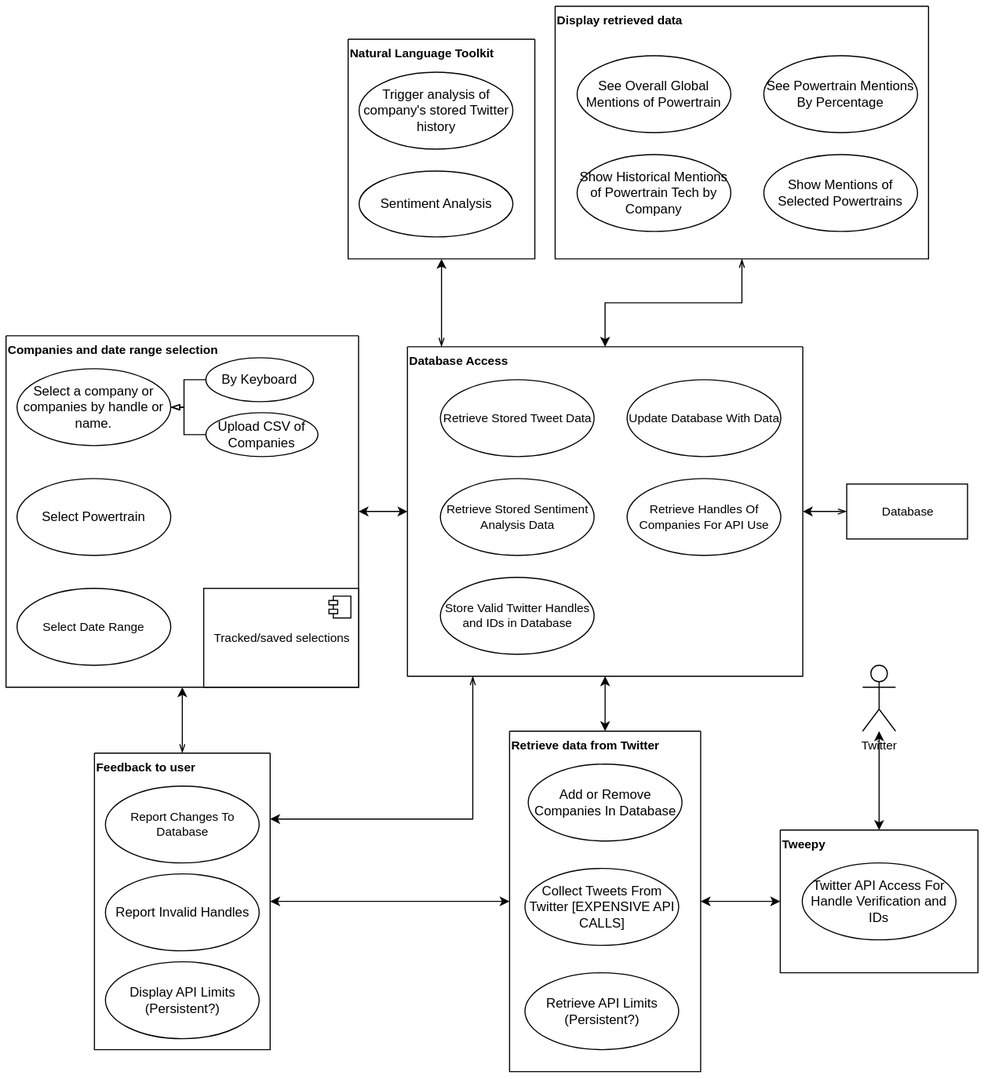
This is images/architecture2.drawio.svg from agarcia169/4306-Donaldson-Project, a draw.io export, as it was before one commit. Source tidied: cells renumbered, new cells last; positions are measured from the earlier drawing's top-left corner, leaving out a move shared by most shapes. The source it was exported from:
```xml
<mxGraphModel>
  <root>
    <mxCell id="0" />
    <mxCell id="1" parent="0" />
    <mxCell id="2" value="Display retrieved data" style="swimlane;startSize=0;fontSize=11;verticalAlign=top;align=left;" parent="1" vertex="1">
      <mxGeometry x="500" width="340" height="230" as="geometry" />
    </mxCell>
    <mxCell id="3" value="See Overall Global Mentions of Powertrain" style="ellipse;whiteSpace=wrap;html=1;" parent="2" vertex="1">
      <mxGeometry x="20" y="45" width="140" height="70" as="geometry" />
    </mxCell>
    <mxCell id="4" value="Show Historical Mentions of Powertrain Tech by Company" style="ellipse;whiteSpace=wrap;html=1;" parent="2" vertex="1">
      <mxGeometry x="20" y="135" width="140" height="70" as="geometry" />
    </mxCell>
    <mxCell id="5" value="Show Mentions of Selected Powertrains" style="ellipse;whiteSpace=wrap;html=1;" parent="2" vertex="1">
      <mxGeometry x="190" y="135" width="140" height="70" as="geometry" />
    </mxCell>
    <mxCell id="6" value="See Powertrain Mentions By Percentage" style="ellipse;whiteSpace=wrap;html=1;" parent="2" vertex="1">
      <mxGeometry x="190" y="45" width="140" height="70" as="geometry" />
    </mxCell>
    <mxCell id="7" style="edgeStyle=orthogonalEdgeStyle;rounded=0;jettySize=auto;html=1;startArrow=classic;startFill=1;endArrow=classic;endFill=1;" parent="1" edge="1" source="9" target="39">
      <mxGeometry relative="1" as="geometry" />
    </mxCell>
    <mxCell id="8" style="edgeStyle=orthogonalEdgeStyle;rounded=0;jettySize=auto;html=1;startArrow=classic;startFill=1;endArrow=classic;endFill=1;" parent="1" edge="1" source="9" target="31">
      <mxGeometry relative="1" as="geometry" />
    </mxCell>
    <mxCell id="9" value="Retrieve data from Twitter" style="swimlane;startSize=0;fontSize=11;verticalAlign=top;align=left;" parent="1" vertex="1">
      <mxGeometry x="458.5" y="660" width="174" height="310" as="geometry" />
    </mxCell>
    <mxCell id="10" value="&lt;div&gt;Collect Tweets From Twitter [EXPENSIVE API CALLS]&lt;/div&gt;" style="ellipse;whiteSpace=wrap;html=1;" parent="9" vertex="1">
      <mxGeometry x="14" y="125" width="140" height="70" as="geometry" />
    </mxCell>
    <mxCell id="11" value="Add or Remove Companies In Database" style="ellipse;whiteSpace=wrap;html=1;" parent="9" vertex="1">
      <mxGeometry x="17" y="30" width="140" height="70" as="geometry" />
    </mxCell>
    <mxCell id="12" value="Retrieve API Limits (Persistent?)" style="ellipse;whiteSpace=wrap;html=1;" parent="9" vertex="1">
      <mxGeometry x="14" y="220" width="140" height="70" as="geometry" />
    </mxCell>
    <mxCell id="13" style="edgeStyle=orthogonalEdgeStyle;rounded=0;jettySize=auto;html=1;fontSize=11;startArrow=classic;startFill=1;endArrow=openThin;endFill=0;" parent="1" edge="1" source="15" target="42">
      <mxGeometry relative="1" as="geometry" />
    </mxCell>
    <mxCell id="14" style="edgeStyle=orthogonalEdgeStyle;rounded=0;jettySize=auto;html=1;startArrow=classic;startFill=1;endArrow=classic;endFill=1;" parent="1" edge="1" source="15" target="31">
      <mxGeometry relative="1" as="geometry" />
    </mxCell>
    <mxCell id="15" value="Companies and date range selection" style="swimlane;startSize=0;fontSize=11;verticalAlign=top;whiteSpace=wrap;align=left;" parent="1" vertex="1">
      <mxGeometry y="300" width="321" height="320" as="geometry" />
    </mxCell>
    <mxCell id="16" value="Select a company or companies by handle or name." style="ellipse;whiteSpace=wrap;html=1;" parent="15" vertex="1">
      <mxGeometry x="10" y="30" width="140" height="70" as="geometry" />
    </mxCell>
    <mxCell id="17" value="By Keyboard" style="ellipse;whiteSpace=wrap;html=1;" parent="15" vertex="1">
      <mxGeometry x="182" y="20" width="98" height="40" as="geometry" />
    </mxCell>
    <mxCell id="18" style="edgeStyle=orthogonalEdgeStyle;rounded=0;jettySize=auto;html=1;fontSize=11;endArrow=blockThin;endFill=0;" parent="15" edge="1" source="17" target="16">
      <mxGeometry relative="1" as="geometry" />
    </mxCell>
    <mxCell id="19" value="Upload CSV of Companies" style="ellipse;whiteSpace=wrap;html=1;" parent="15" vertex="1">
      <mxGeometry x="182" y="70" width="102" height="40" as="geometry" />
    </mxCell>
    <mxCell id="20" style="edgeStyle=orthogonalEdgeStyle;rounded=0;jettySize=auto;html=1;fontSize=11;endArrow=blockThin;endFill=0;" parent="15" edge="1" source="19" target="16">
      <mxGeometry relative="1" as="geometry" />
    </mxCell>
    <mxCell id="21" value="Select Date Range" style="ellipse;whiteSpace=wrap;html=1;fontSize=11;" parent="15" vertex="1">
      <mxGeometry x="10" y="230" width="140" height="70" as="geometry" />
    </mxCell>
    <mxCell id="22" value="Select Powertrain" style="ellipse;whiteSpace=wrap;html=1;" parent="15" vertex="1">
      <mxGeometry x="10" y="130" width="140" height="70" as="geometry" />
    </mxCell>
    <mxCell id="23" value="&lt;div&gt;Tracked/saved selections&lt;/div&gt;" style="html=1;fontSize=11;" parent="15" vertex="1">
      <mxGeometry x="180" y="230" width="141" height="90" as="geometry" />
    </mxCell>
    <mxCell id="24" style="shape=module;jettyWidth=8;jettyHeight=4;fontSize=11;" parent="23" vertex="1">
      <mxGeometry x="1" width="20" height="20" relative="1" as="geometry">
        <mxPoint x="-27" y="7" as="offset" />
      </mxGeometry>
    </mxCell>
    <mxCell id="25" style="edgeStyle=orthogonalEdgeStyle;rounded=0;jettySize=auto;html=1;fontSize=11;startArrow=classic;startFill=1;endArrow=openThin;endFill=0;" parent="1" edge="1" source="26" target="31">
      <mxGeometry relative="1" as="geometry">
        <Array as="points">
          <mxPoint x="397" y="290" />
          <mxPoint x="397" y="290" />
        </Array>
      </mxGeometry>
    </mxCell>
    <mxCell id="26" value="Natural Language Toolkit" style="swimlane;startSize=0;fontSize=11;align=left;verticalAlign=top;" parent="1" vertex="1">
      <mxGeometry x="311.5" y="30" width="170" height="200" as="geometry" />
    </mxCell>
    <mxCell id="27" value="Trigger analysis of company's stored Twitter history" style="ellipse;whiteSpace=wrap;html=1;" parent="26" vertex="1">
      <mxGeometry x="10" y="30" width="140" height="70" as="geometry" />
    </mxCell>
    <mxCell id="28" value="Sentiment Analysis" style="ellipse;whiteSpace=wrap;html=1;" parent="26" vertex="1">
      <mxGeometry x="10" y="120" width="140" height="60" as="geometry" />
    </mxCell>
    <mxCell id="29" style="edgeStyle=orthogonalEdgeStyle;rounded=0;jettySize=auto;html=1;fontSize=11;endArrow=openThin;endFill=0;startArrow=classic;startFill=1;" parent="1" edge="1" source="31" target="41">
      <mxGeometry relative="1" as="geometry" />
    </mxCell>
    <mxCell id="30" style="edgeStyle=orthogonalEdgeStyle;rounded=0;jettySize=auto;html=1;fontSize=11;startArrow=classic;startFill=1;endArrow=openThin;endFill=0;" parent="1" edge="1" source="31" target="2">
      <mxGeometry relative="1" as="geometry" />
    </mxCell>
    <mxCell id="31" value="Database Access" style="swimlane;startSize=0;fontSize=11;verticalAlign=top;align=left;" parent="1" vertex="1">
      <mxGeometry x="365.5" y="310" width="360" height="300" as="geometry" />
    </mxCell>
    <mxCell id="32" value="Retrieve Stored Tweet Data" style="ellipse;whiteSpace=wrap;html=1;fontSize=11;" parent="31" vertex="1">
      <mxGeometry x="30" y="30" width="140" height="70" as="geometry" />
    </mxCell>
    <mxCell id="33" value="Retrieve Stored Sentiment Analysis Data" style="ellipse;whiteSpace=wrap;html=1;fontSize=11;" parent="31" vertex="1">
      <mxGeometry x="30" y="120" width="140" height="70" as="geometry" />
    </mxCell>
    <mxCell id="34" value="Store Valid Twitter Handles and IDs in Database" style="ellipse;whiteSpace=wrap;html=1;fontSize=11;" parent="31" vertex="1">
      <mxGeometry x="30" y="210" width="140" height="70" as="geometry" />
    </mxCell>
    <mxCell id="35" value="Retrieve Handles Of Companies For API Use" style="ellipse;whiteSpace=wrap;html=1;fontSize=11;" parent="31" vertex="1">
      <mxGeometry x="200" y="120" width="140" height="70" as="geometry" />
    </mxCell>
    <mxCell id="36" value="Update Database With Data" style="ellipse;whiteSpace=wrap;html=1;fontSize=11;" parent="31" vertex="1">
      <mxGeometry x="200" y="30" width="140" height="70" as="geometry" />
    </mxCell>
    <mxCell id="37" style="edgeStyle=orthogonalEdgeStyle;rounded=0;jettySize=auto;html=1;fontSize=11;startArrow=classic;startFill=1;endArrow=openThin;endFill=0;" parent="1" edge="1" source="42" target="31">
      <mxGeometry relative="1" as="geometry">
        <Array as="points">
          <mxPoint x="425" y="740" />
        </Array>
      </mxGeometry>
    </mxCell>
    <mxCell id="38" style="edgeStyle=orthogonalEdgeStyle;rounded=0;jettySize=auto;html=1;startArrow=classic;startFill=1;endArrow=classic;endFill=1;" parent="1" edge="1" source="39" target="47">
      <mxGeometry relative="1" as="geometry" />
    </mxCell>
    <mxCell id="39" value="Tweepy" style="swimlane;startSize=0;fontSize=11;verticalAlign=top;align=left;" parent="1" vertex="1">
      <mxGeometry x="705" y="750" width="180" height="130" as="geometry" />
    </mxCell>
    <mxCell id="40" value="Twitter API Access For Handle Verification and IDs" style="ellipse;whiteSpace=wrap;html=1;" parent="39" vertex="1">
      <mxGeometry x="20" y="30" width="140" height="70" as="geometry" />
    </mxCell>
    <mxCell id="41" value="Database" style="html=1;fontSize=11;" parent="1" vertex="1">
      <mxGeometry x="765.5" y="435" width="110" height="50" as="geometry" />
    </mxCell>
    <mxCell id="42" value="Feedback to user" style="swimlane;startSize=0;fontSize=11;verticalAlign=top;align=left;" parent="1" vertex="1">
      <mxGeometry x="80.5" y="680" width="160" height="270" as="geometry" />
    </mxCell>
    <mxCell id="43" value="Report Changes To Database" style="ellipse;whiteSpace=wrap;html=1;fontSize=11;" parent="42" vertex="1">
      <mxGeometry x="10" y="30" width="140" height="70" as="geometry" />
    </mxCell>
    <mxCell id="44" value="Report Invalid Handles" style="ellipse;whiteSpace=wrap;html=1;" parent="42" vertex="1">
      <mxGeometry x="10" y="110" width="140" height="70" as="geometry" />
    </mxCell>
    <mxCell id="45" value="Display API Limits (Persistent?)" style="ellipse;whiteSpace=wrap;html=1;" parent="42" vertex="1">
      <mxGeometry x="10" y="190" width="140" height="70" as="geometry" />
    </mxCell>
    <mxCell id="46" style="edgeStyle=orthogonalEdgeStyle;rounded=0;jettySize=auto;html=1;fontSize=11;startArrow=classic;startFill=1;endArrow=classic;endFill=1;" parent="1" edge="1" source="9" target="42">
      <mxGeometry relative="1" as="geometry" />
    </mxCell>
    <mxCell id="47" value="Twitter" style="shape=umlActor;verticalLabelPosition=bottom;verticalAlign=top;html=1;fontSize=11;" parent="1" vertex="1">
      <mxGeometry x="780" y="600" width="30" height="60" as="geometry" />
    </mxCell>
  </root>
</mxGraphModel>
```
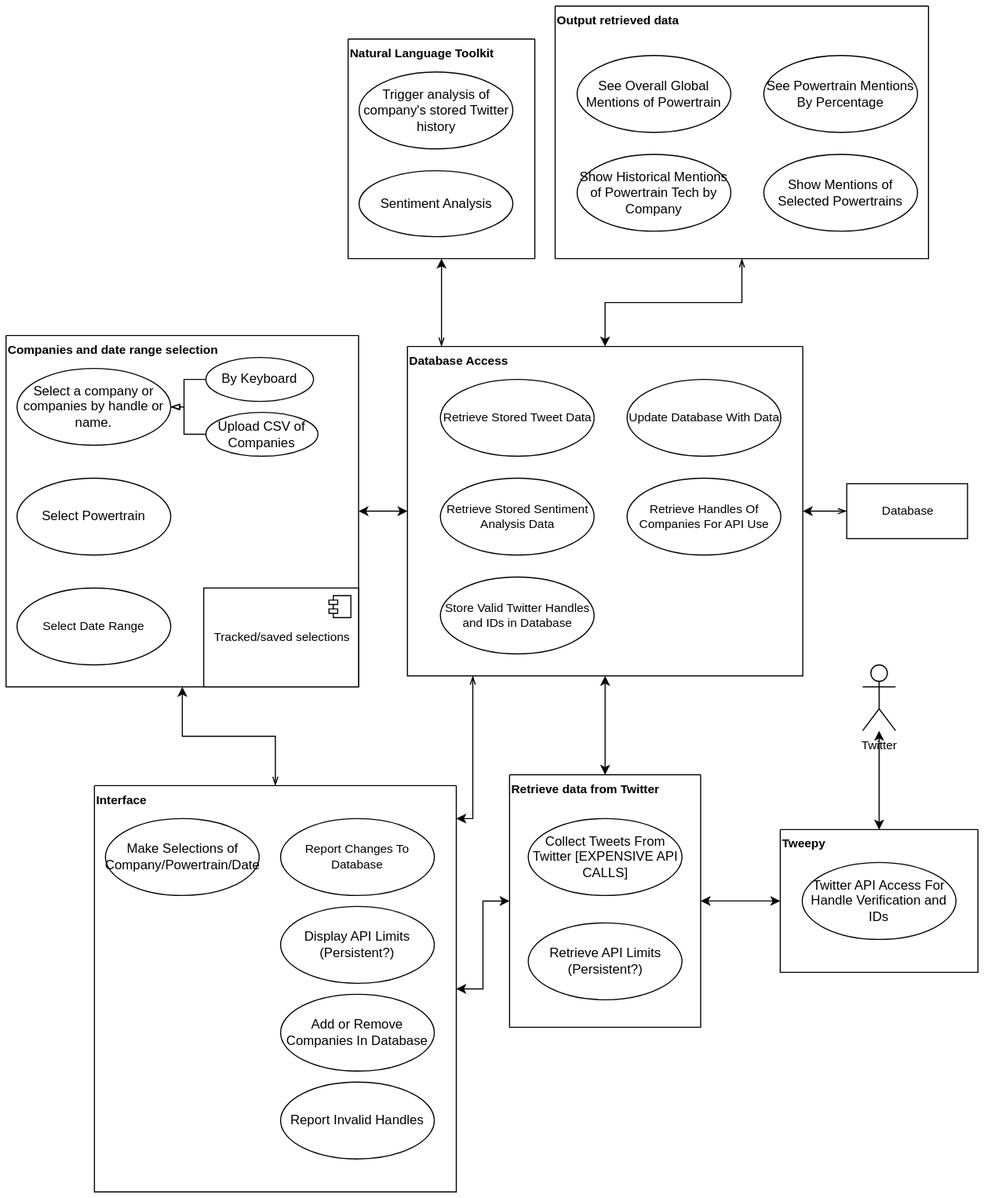
After the change.

Change to the diagram source:
```diff
@@ -2,7 +2,7 @@
   <root>
     <mxCell id="0" />
     <mxCell id="1" parent="0" />
-    <mxCell id="2" value="Display retrieved data" style="swimlane;startSize=0;fontSize=11;verticalAlign=top;align=left;" parent="1" vertex="1">
+    <mxCell id="2" value="Output retrieved data" style="swimlane;startSize=0;fontSize=11;verticalAlign=top;align=left;" parent="1" vertex="1">
       <mxGeometry x="500" width="340" height="230" as="geometry" />
     </mxCell>
     <mxCell id="3" value="See Overall Global Mentions of Powertrain" style="ellipse;whiteSpace=wrap;html=1;" parent="2" vertex="1">
@@ -24,16 +24,13 @@
       <mxGeometry relative="1" as="geometry" />
     </mxCell>
     <mxCell id="9" value="Retrieve data from Twitter" style="swimlane;startSize=0;fontSize=11;verticalAlign=top;align=left;" parent="1" vertex="1">
-      <mxGeometry x="458.5" y="660" width="174" height="310" as="geometry" />
+      <mxGeometry x="458.5" y="700" width="174" height="230" as="geometry" />
     </mxCell>
     <mxCell id="10" value="&lt;div&gt;Collect Tweets From Twitter [EXPENSIVE API CALLS]&lt;/div&gt;" style="ellipse;whiteSpace=wrap;html=1;" parent="9" vertex="1">
-      <mxGeometry x="14" y="125" width="140" height="70" as="geometry" />
+      <mxGeometry x="17" y="40" width="140" height="70" as="geometry" />
     </mxCell>
-    <mxCell id="11" value="Add or Remove Companies In Database" style="ellipse;whiteSpace=wrap;html=1;" parent="9" vertex="1">
-      <mxGeometry x="17" y="30" width="140" height="70" as="geometry" />
-    </mxCell>
     <mxCell id="12" value="Retrieve API Limits (Persistent?)" style="ellipse;whiteSpace=wrap;html=1;" parent="9" vertex="1">
-      <mxGeometry x="14" y="220" width="140" height="70" as="geometry" />
+      <mxGeometry x="17" y="135" width="140" height="70" as="geometry" />
     </mxCell>
     <mxCell id="13" style="edgeStyle=orthogonalEdgeStyle;rounded=0;jettySize=auto;html=1;fontSize=11;startArrow=classic;startFill=1;endArrow=openThin;endFill=0;" parent="1" edge="1" source="15" target="42">
       <mxGeometry relative="1" as="geometry" />
@@ -133,18 +130,24 @@
     <mxCell id="41" value="Database" style="html=1;fontSize=11;" parent="1" vertex="1">
       <mxGeometry x="765.5" y="435" width="110" height="50" as="geometry" />
     </mxCell>
-    <mxCell id="42" value="Feedback to user" style="swimlane;startSize=0;fontSize=11;verticalAlign=top;align=left;" parent="1" vertex="1">
-      <mxGeometry x="80.5" y="680" width="160" height="270" as="geometry" />
+    <mxCell id="42" value="Interface" style="swimlane;startSize=0;fontSize=11;verticalAlign=top;align=left;" parent="1" vertex="1">
+      <mxGeometry x="80.5" y="710" width="329.5" height="370" as="geometry" />
     </mxCell>
     <mxCell id="43" value="Report Changes To Database" style="ellipse;whiteSpace=wrap;html=1;fontSize=11;" parent="42" vertex="1">
-      <mxGeometry x="10" y="30" width="140" height="70" as="geometry" />
+      <mxGeometry x="169.5" y="30" width="140" height="70" as="geometry" />
     </mxCell>
     <mxCell id="44" value="Report Invalid Handles" style="ellipse;whiteSpace=wrap;html=1;" parent="42" vertex="1">
-      <mxGeometry x="10" y="110" width="140" height="70" as="geometry" />
+      <mxGeometry x="169.5" y="270" width="140" height="70" as="geometry" />
     </mxCell>
     <mxCell id="45" value="Display API Limits (Persistent?)" style="ellipse;whiteSpace=wrap;html=1;" parent="42" vertex="1">
-      <mxGeometry x="10" y="190" width="140" height="70" as="geometry" />
+      <mxGeometry x="169.5" y="110" width="140" height="70" as="geometry" />
     </mxCell>
+    <mxCell id="11" value="Add or Remove Companies In Database" style="ellipse;whiteSpace=wrap;html=1;" parent="42" vertex="1">
+      <mxGeometry x="169.5" y="190" width="140" height="70" as="geometry" />
+    </mxCell>
+    <mxCell id="48" value="Make Selections of Company/Powertrain/Date" style="ellipse;whiteSpace=wrap;html=1;" parent="42" vertex="1">
+      <mxGeometry x="10" y="30" width="140" height="70" as="geometry" />
+    </mxCell>
     <mxCell id="46" style="edgeStyle=orthogonalEdgeStyle;rounded=0;jettySize=auto;html=1;fontSize=11;startArrow=classic;startFill=1;endArrow=classic;endFill=1;" parent="1" edge="1" source="9" target="42">
       <mxGeometry relative="1" as="geometry" />
     </mxCell>
```
